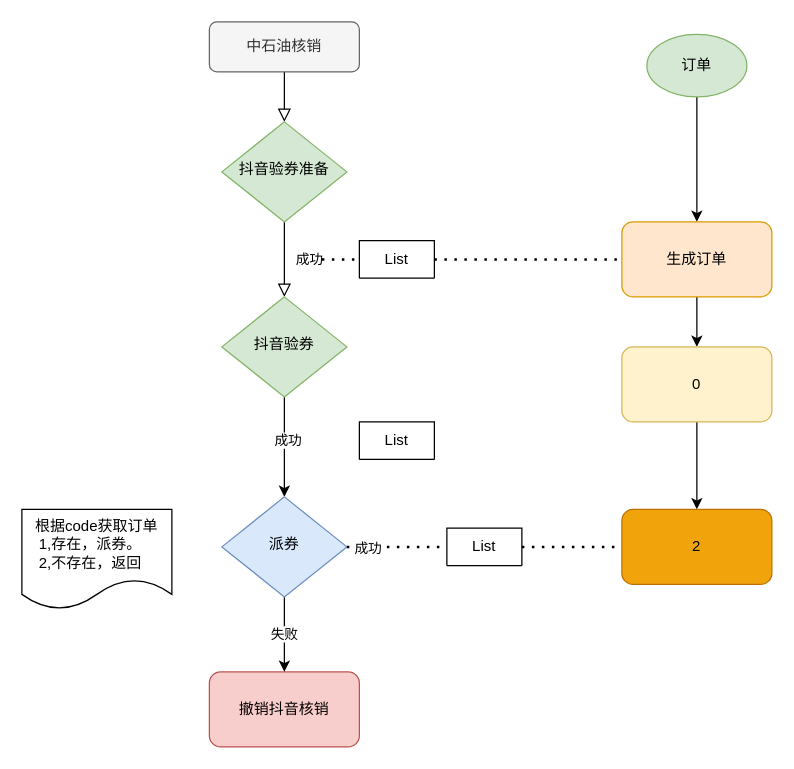
Before: xlh/xlh.drawio in zhanghaiyang1/draw, a draw.io diagram. Source tidied: cells renumbered, new cells numbered last; positions are measured from the earlier drawing's top-left corner, leaving out a move shared by most shapes. Both pictures are drawn from the tidied source at 125%, with x=0, y=0 at pixel (21, 21).
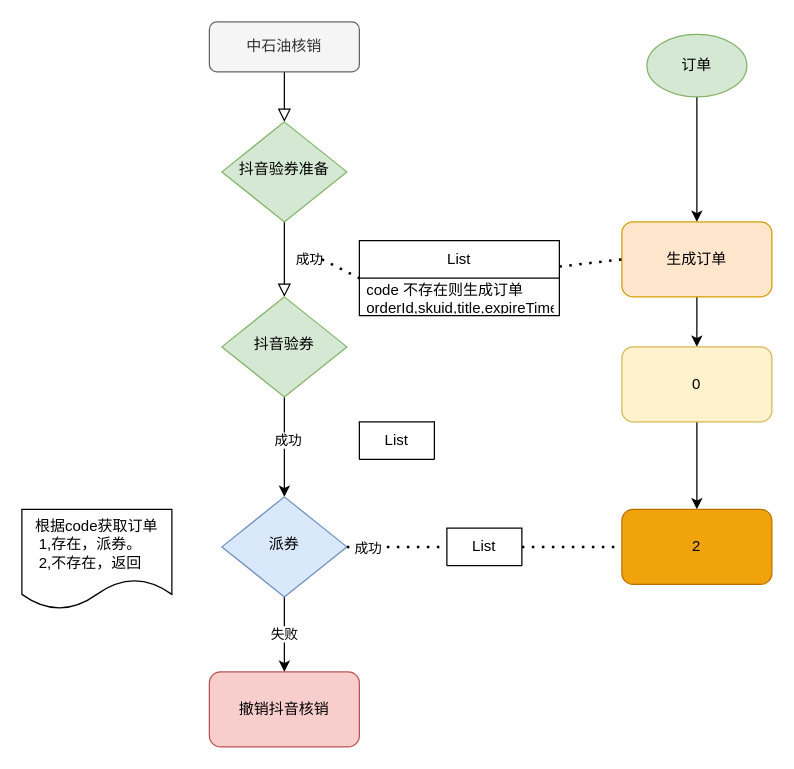
After the change.

Diff of the diagram source:
```diff
@@
-    <mxCell id="21" value="List" style="swimlane;fontStyle=0;horizontal=1;startSize=30;whiteSpace=wrap;html=1;" parent="1" vertex="1" collapsed="1">
-      <mxGeometry x="270" y="175" width="60" height="30" as="geometry" />
+    <mxCell id="21" value="List" style="swimlane;fontStyle=0;horizontal=1;startSize=30;whiteSpace=wrap;html=1;" parent="1" vertex="1">
+      <mxGeometry x="270" y="175" width="160" height="60" as="geometry" />
     </mxCell>
+    <mxCell id="28" value="&lt;div&gt;code 不存在则生成订单&lt;/div&gt;&lt;div&gt;orderId,skuid,title,expireTime&lt;/div&gt;" style="text;strokeColor=none;fillColor=none;align=left;verticalAlign=middle;spacingLeft=4;spacingRight=4;overflow=hidden;whiteSpace=wrap;html=1;" parent="21" vertex="1">
+      <mxGeometry y="30" width="160" height="30" as="geometry" />
+    </mxCell>
```
